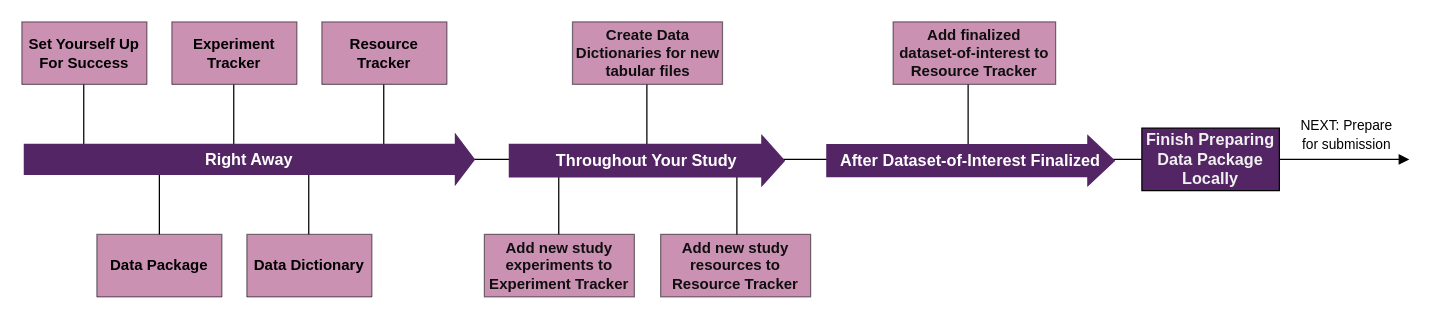
This is docs/fit/best-fit-recs/assets/early-data-stand.drawio from norc-heal/heal-data-pkg-guide, a draw.io file, before an edit. Source tidied: cells renumbered, new cells numbered last; positions are measured from the earlier drawing's top-left corner, leaving out a move shared by most shapes. Both pictures are drawn from the tidied source at 125%, with x=0, y=0 at pixel (21, 21).
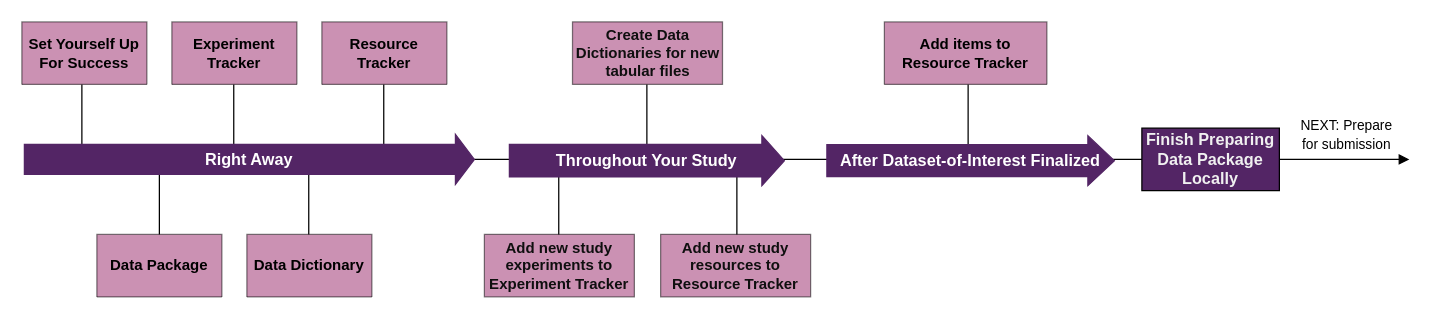
The same diagram, later.

The edit, as a diff of the source:
```diff
@@
-    <mxCell id="5" value="Add finalized &lt;br&gt;dataset-of-interest to Resource Tracker" style="rounded=0;whiteSpace=wrap;html=1;fillColor=#982568;fontColor=#0F0F0F;fontStyle=1;opacity=50;" parent="1" vertex="1">
-      <mxGeometry x="697" width="130" height="50" as="geometry" />
-    </mxCell>
@@
     <mxCell id="13" style="endArrow=none;html=1;fontColor=#0F0F0F;rounded=0;" parent="1" edge="1">
       <mxGeometry relative="1" as="geometry">
-        <mxPoint x="49.5" y="50" as="sourcePoint" />
-        <mxPoint x="49.5" y="110" as="targetPoint" />
+        <mxPoint x="48" y="50" as="sourcePoint" />
+        <mxPoint x="48" y="110" as="targetPoint" />
       </mxGeometry>
     </mxCell>
@@
-    <mxCell id="23" value="&lt;b&gt;Resource Tracker&lt;/b&gt;" style="swimlane;fontStyle=0;horizontal=1;startSize=50;whiteSpace=wrap;html=1;rounded=0;shadow=0;glass=0;fillColor=#982568;gradientColor=none;gradientDirection=radial;opacity=50;swimlaneLine=1;" parent="1" vertex="1" collapsed="1">
-      <mxGeometry x="240" width="100" height="50" as="geometry" />
-    </mxCell>
@@
+    <mxCell id="26" value="&lt;b&gt;Add items to Resource Tracker&lt;/b&gt;" style="swimlane;fontStyle=0;horizontal=1;startSize=50;whiteSpace=wrap;html=1;rounded=0;shadow=0;glass=0;fillColor=#982568;gradientColor=none;gradientDirection=radial;opacity=50;swimlaneLine=1;" parent="1" vertex="1" collapsed="1">
+      <mxGeometry x="690" width="130" height="50" as="geometry" />
+    </mxCell>
+    <mxCell id="23" value="&lt;b&gt;Resource Tracker&lt;/b&gt;" style="swimlane;fontStyle=0;horizontal=1;startSize=50;whiteSpace=wrap;html=1;rounded=0;shadow=0;glass=0;fillColor=#982568;gradientColor=none;gradientDirection=radial;opacity=50;" parent="1" vertex="1" collapsed="1">
+      <mxGeometry x="240" width="100" height="50" as="geometry" />
+    </mxCell>
```
